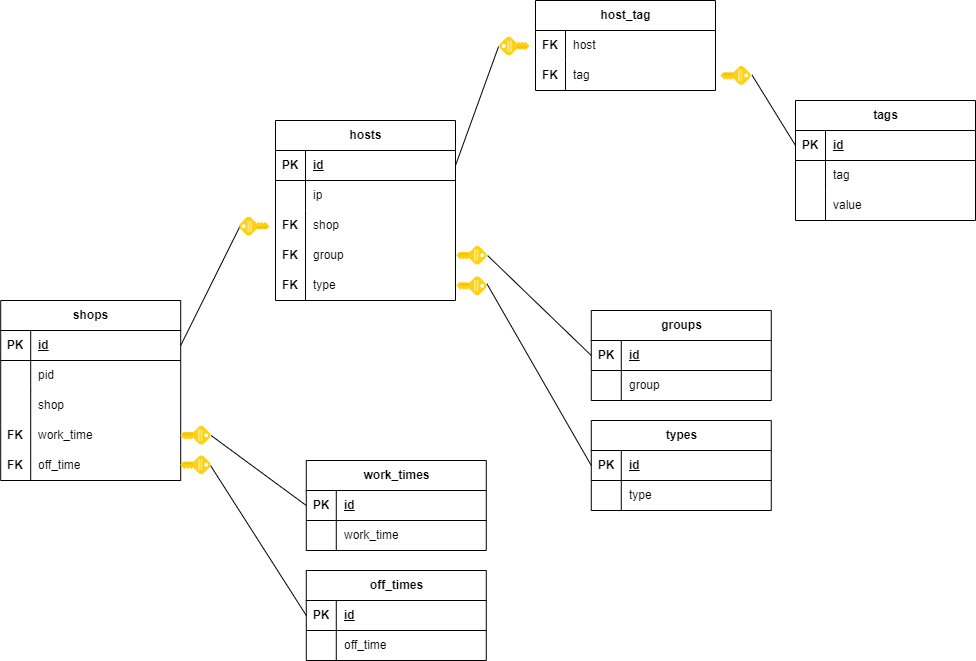
DorofD/zabbix_actualization_service keeps this draw.io diagram as db_schema.png. Above is the earlier version. Source tidied: cells renumbered, new cells last; positions are measured from the earlier drawing's top-left corner, leaving out a move shared by most shapes.
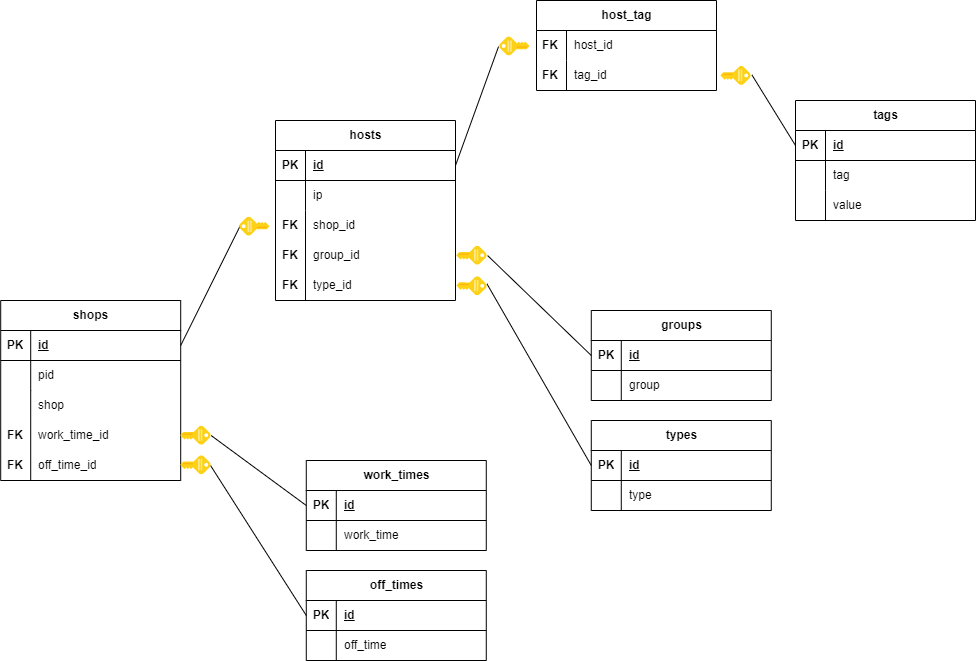
After the change.

Change to the diagram source:
```diff
@@ -33,7 +33,7 @@
       <mxGeometry x="30" width="150" height="30" as="geometry" />
     </mxCell>
     <mxCell id="12" value="host_tag" style="shape=table;startSize=30;rowLines=0;fontStyle=1;align=center;html=1;" parent="1" vertex="1">
-      <mxGeometry x="535" width="180" height="90" as="geometry" />
+      <mxGeometry x="536" width="180" height="90" as="geometry" />
     </mxCell>
     <mxCell id="13" style="shape=tableRow;horizontal=0;startSize=0;swimlaneHead=0;swimlaneBody=0;fillColor=none;top=0;left=0;right=0;bottom=0;" parent="12" vertex="1">
       <mxGeometry y="30" width="180" height="30" as="geometry" />
@@ -41,7 +41,7 @@
     <mxCell id="14" style="shape=partialRectangle;fillColor=none;top=0;left=0;bottom=0;right=0;overflow=hidden;whiteSpace=wrap;html=1;" parent="13" vertex="1">
       <mxGeometry width="30" height="30" as="geometry" />
     </mxCell>
-    <mxCell id="15" value="host" style="shape=partialRectangle;fillColor=none;top=0;left=0;bottom=0;right=0;align=left;spacingLeft=6;overflow=hidden;whiteSpace=wrap;html=1;" parent="13" vertex="1">
+    <mxCell id="15" value="host_id" style="shape=partialRectangle;fillColor=none;top=0;left=0;bottom=0;right=0;align=left;spacingLeft=6;overflow=hidden;whiteSpace=wrap;html=1;" parent="13" vertex="1">
       <mxGeometry x="30" width="150" height="30" as="geometry" />
     </mxCell>
     <mxCell id="16" style="shape=tableRow;horizontal=0;startSize=0;swimlaneHead=0;swimlaneBody=0;fillColor=none;top=0;left=0;right=0;bottom=0;" parent="12" vertex="1">
@@ -50,7 +50,7 @@
     <mxCell id="17" style="shape=partialRectangle;fillColor=none;top=0;left=0;bottom=0;right=0;overflow=hidden;whiteSpace=wrap;html=1;" parent="16" vertex="1">
       <mxGeometry width="30" height="30" as="geometry" />
     </mxCell>
-    <mxCell id="18" value="tag" style="shape=partialRectangle;fillColor=none;top=0;left=0;bottom=0;right=0;align=left;spacingLeft=6;overflow=hidden;whiteSpace=wrap;html=1;" parent="16" vertex="1">
+    <mxCell id="18" value="tag_id" style="shape=partialRectangle;fillColor=none;top=0;left=0;bottom=0;right=0;align=left;spacingLeft=6;overflow=hidden;whiteSpace=wrap;html=1;" parent="16" vertex="1">
       <mxGeometry x="30" width="150" height="30" as="geometry" />
     </mxCell>
     <mxCell id="19" style="group;" parent="1" vertex="1">
@@ -89,10 +89,10 @@
     <mxCell id="30" value="shop" style="shape=partialRectangle;fillColor=none;top=0;left=0;bottom=0;right=0;align=left;spacingLeft=6;overflow=hidden;whiteSpace=wrap;html=1;" parent="19" vertex="1">
       <mxGeometry x="30" y="90" width="150" height="30" as="geometry" />
     </mxCell>
-    <mxCell id="31" value="work_time" style="shape=partialRectangle;fillColor=none;top=0;left=0;bottom=0;right=0;align=left;spacingLeft=6;overflow=hidden;whiteSpace=wrap;html=1;" parent="19" vertex="1">
+    <mxCell id="31" value="work_time_id" style="shape=partialRectangle;fillColor=none;top=0;left=0;bottom=0;right=0;align=left;spacingLeft=6;overflow=hidden;whiteSpace=wrap;html=1;" parent="19" vertex="1">
       <mxGeometry x="30" y="120" width="150" height="30" as="geometry" />
     </mxCell>
-    <mxCell id="32" value="off_time" style="shape=partialRectangle;fillColor=none;top=0;left=0;bottom=0;right=0;align=left;spacingLeft=6;overflow=hidden;whiteSpace=wrap;html=1;" parent="19" vertex="1">
+    <mxCell id="32" value="off_time_id" style="shape=partialRectangle;fillColor=none;top=0;left=0;bottom=0;right=0;align=left;spacingLeft=6;overflow=hidden;whiteSpace=wrap;html=1;" parent="19" vertex="1">
       <mxGeometry x="30" y="150" width="150" height="30" as="geometry" />
     </mxCell>
     <mxCell id="33" value="FK" style="shape=partialRectangle;fillColor=none;top=0;left=0;bottom=0;right=0;fontStyle=1;overflow=hidden;whiteSpace=wrap;html=1;" parent="19" vertex="1">
@@ -140,13 +140,13 @@
     <mxCell id="47" style="shape=partialRectangle;fillColor=none;top=0;left=0;bottom=0;right=0;align=left;spacingLeft=6;overflow=hidden;whiteSpace=wrap;html=1;" parent="45" vertex="1">
       <mxGeometry x="30" width="150" height="90" as="geometry" />
     </mxCell>
-    <mxCell id="48" value="shop" style="shape=partialRectangle;fillColor=none;top=0;left=0;bottom=0;right=0;align=left;spacingLeft=6;overflow=hidden;whiteSpace=wrap;html=1;" parent="37" vertex="1">
+    <mxCell id="48" value="shop_id" style="shape=partialRectangle;fillColor=none;top=0;left=0;bottom=0;right=0;align=left;spacingLeft=6;overflow=hidden;whiteSpace=wrap;html=1;" parent="37" vertex="1">
       <mxGeometry x="30" y="90" width="150" height="30" as="geometry" />
     </mxCell>
-    <mxCell id="49" value="type" style="shape=partialRectangle;fillColor=none;top=0;left=0;bottom=0;right=0;align=left;spacingLeft=6;overflow=hidden;whiteSpace=wrap;html=1;" parent="37" vertex="1">
+    <mxCell id="49" value="type_id" style="shape=partialRectangle;fillColor=none;top=0;left=0;bottom=0;right=0;align=left;spacingLeft=6;overflow=hidden;whiteSpace=wrap;html=1;" parent="37" vertex="1">
       <mxGeometry x="30" y="150" width="150" height="30" as="geometry" />
     </mxCell>
-    <mxCell id="50" value="group" style="shape=partialRectangle;fillColor=none;top=0;left=0;bottom=0;right=0;align=left;spacingLeft=6;overflow=hidden;whiteSpace=wrap;html=1;" parent="37" vertex="1">
+    <mxCell id="50" value="group_id" style="shape=partialRectangle;fillColor=none;top=0;left=0;bottom=0;right=0;align=left;spacingLeft=6;overflow=hidden;whiteSpace=wrap;html=1;" parent="37" vertex="1">
       <mxGeometry x="30" y="120" width="150" height="30" as="geometry" />
     </mxCell>
     <mxCell id="51" value="FK" style="shape=partialRectangle;fillColor=none;top=0;left=0;bottom=0;right=0;fontStyle=1;overflow=hidden;whiteSpace=wrap;html=1;" parent="37" vertex="1">
```
